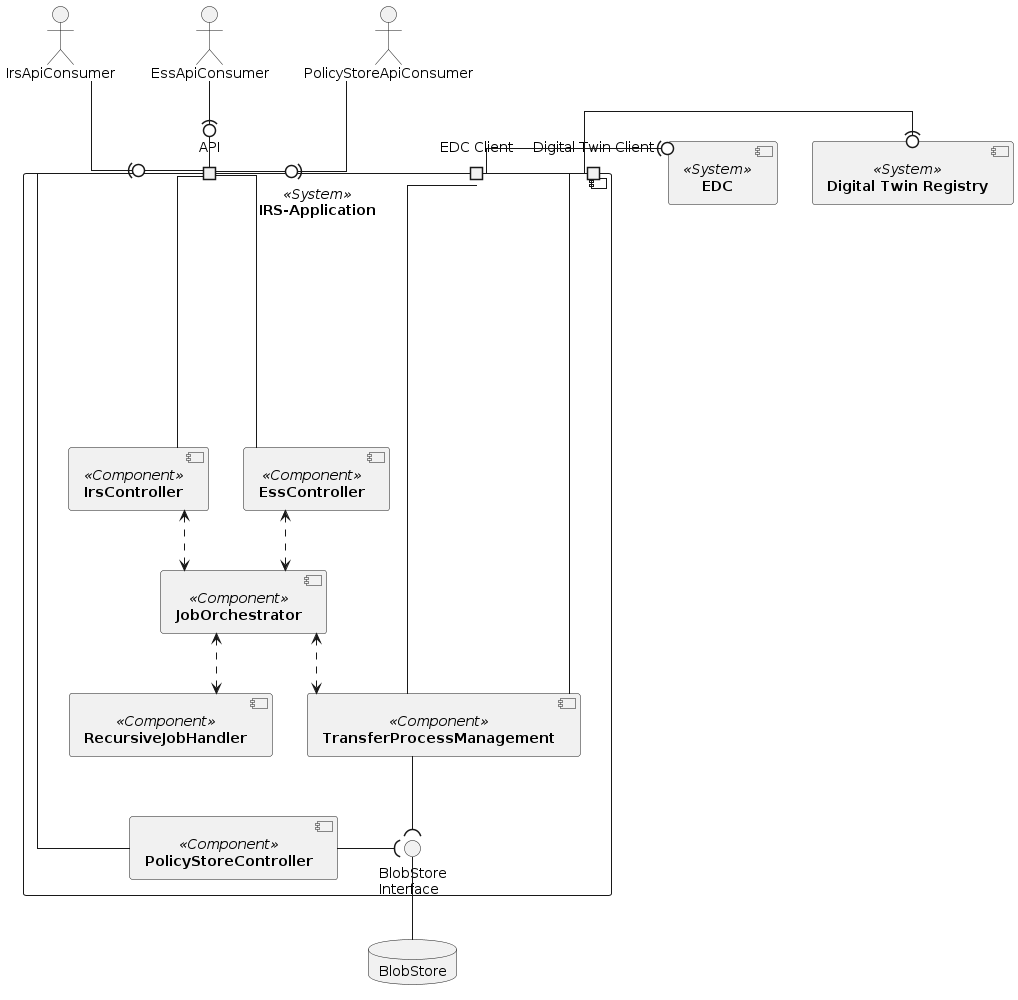
Above: docs/assets/arc42/arc42_003.png in catenax-ng/tx-item-relationship-service (PlantUML), before the change.
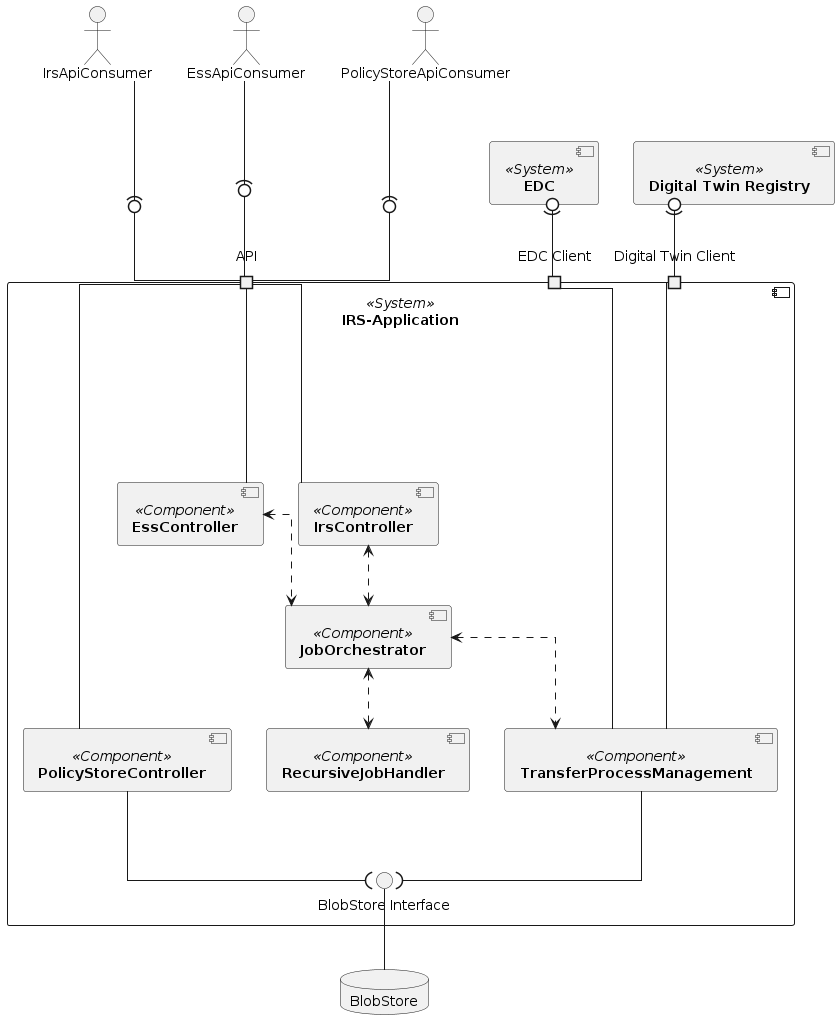
The same diagram one commit later.

Diff of the diagram source:
```diff
@@ -5,7 +5,14 @@
 skinparam defaultFontName "Architects daughter"
 
 
- component [**IRS-Application**] <<System>> as IRS {
+actor IrsApiConsumer
+actor EssApiConsumer
+actor PolicyStoreApiConsumer
+
+component [**Digital Twin Registry**] <<System>> as DTR
+component [**EDC**] <<System>> as EDC
+
+component [**IRS-Application**] <<System>> as IRS {
     component [**RecursiveJobHandler**] <<Component>> as RecursiveJobHandler
     component [**IrsController**] <<Component>> as IrsController
     component [**PolicyStoreController**] <<Component>> as PolicyStoreController
@@ -13,41 +20,36 @@
     component [**JobOrchestrator**] <<Component>> as JobOrchestrator
     component [**TransferProcessManagement**] <<Component>> as TransferProcessManagement
 
-
     port "API" as API_PORT
     port "Digital Twin Client" as AAS_PORT
     port "EDC Client" as EDC_PORT
-
-    () "BlobStore\nInterface" as StoreInterface
-
+    () "BlobStore Interface" as StoreInterface
 
     IrsController <..> JobOrchestrator
     JobOrchestrator <..> TransferProcessManagement
     JobOrchestrator <..> RecursiveJobHandler
     TransferProcessManagement --( StoreInterface
-    PolicyStoreController -( StoreInterface
+    PolicyStoreController --( StoreInterface
     EssController <..> JobOrchestrator
+}
 
-}
-component [**Digital Twin Registry**] <<System>> as DTR
-component [**EDC**] <<System>> as EDC
-actor IrsApiConsumer
-actor EssApiConsumer
-actor PolicyStoreApiConsumer
+
+
+
+
 IrsController -up- API_PORT
 PolicyStoreController -down- API_PORT
 EssController -down- API_PORT
-IrsApiConsumer -(0- API_PORT
-EssApiConsumer -(0- API_PORT
-PolicyStoreApiConsumer -(0- API_PORT
+IrsApiConsumer --down(0- API_PORT
+EssApiConsumer --down(0- API_PORT
+PolicyStoreApiConsumer --(0- API_PORT
 
+TransferProcessManagement --right-- AAS_PORT
+TransferProcessManagement --right-- EDC_PORT
 
-TransferProcessManagement --- AAS_PORT
-TransferProcessManagement --- EDC_PORT
-AAS_PORT --right-(0 DTR
-EDC_PORT --right-(0 EDC
+AAS_PORT -up-(0 DTR
+EDC_PORT -up-(0 EDC
 
 database "BlobStore" as BlobStore
 StoreInterface -down- BlobStore
-
 @enduml
```
